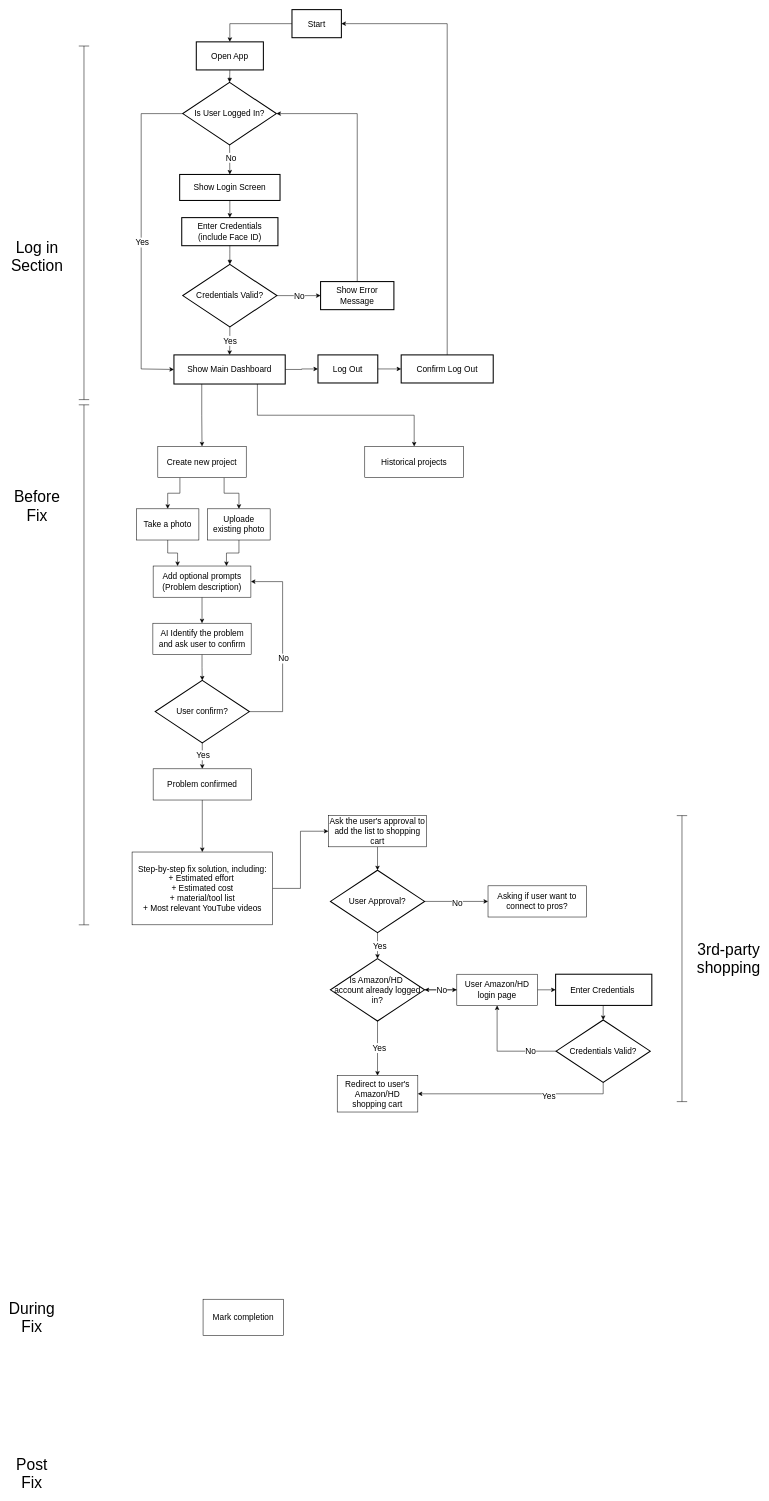
Earlier version of the draw.io diagram App flow diiagram.drawio (chaunceysun82/MyHandyAI). Source tidied: cells renumbered, new cells numbered last; positions are measured from the earlier drawing's top-left corner, leaving out a move shared by most shapes. Both pictures are drawn from the tidied source at 52%, with x=0, y=0 at pixel (16, 9).
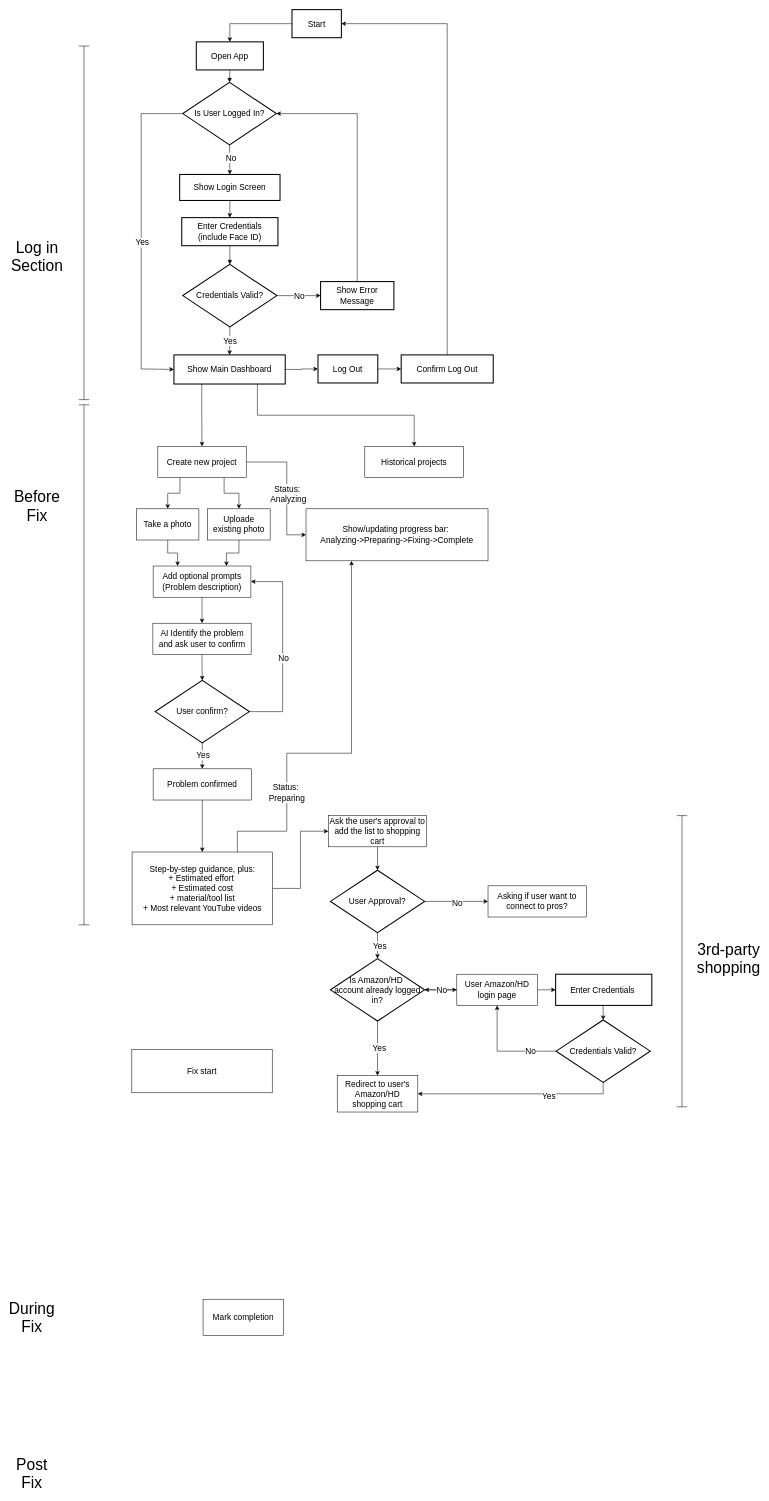
The same page after the edit.

The change refers to these unchanged cells:
```xml
<mxCell id="26" value="Create new project" style="rounded=0;whiteSpace=wrap;html=1;fontSize=16;" parent="1" vertex="1">
  <mxGeometry x="272" y="840" width="170" height="60" as="geometry" />
</mxCell>
```

What changed in the source:
```diff
@@
+    <mxCell id="84" style="edgeStyle=orthogonalEdgeStyle;rounded=0;jettySize=auto;html=1;exitX=1;exitY=0.5;exitDx=0;exitDy=0;entryX=0;entryY=0.5;entryDx=0;entryDy=0;" parent="1" edge="1" source="26" target="89">
+      <mxGeometry relative="1" as="geometry">
+        <Array as="points">
+          <mxPoint x="520" y="870" />
+          <mxPoint x="520" y="1010" />
+        </Array>
+      </mxGeometry>
+    </mxCell>
+    <mxCell id="85" value="Status:&amp;nbsp;&lt;div&gt;Analyzing&lt;/div&gt;" style="edgeLabel;html=1;align=center;verticalAlign=middle;fontSize=16;" parent="84" vertex="1">
+      <mxGeometry x="0.09" y="2" relative="1" as="geometry" />
+    </mxCell>
@@
+    <mxCell id="86" style="edgeStyle=orthogonalEdgeStyle;rounded=0;jettySize=auto;html=1;exitX=0.75;exitY=0;exitDx=0;exitDy=0;entryX=0.25;entryY=1;entryDx=0;entryDy=0;" parent="1" edge="1" source="54" target="89">
+      <mxGeometry relative="1" as="geometry">
+        <Array as="points">
+          <mxPoint x="425" y="1580" />
+          <mxPoint x="520" y="1580" />
+          <mxPoint x="520" y="1430" />
+          <mxPoint x="645" y="1430" />
+        </Array>
+      </mxGeometry>
+    </mxCell>
+    <mxCell id="87" value="Status:&amp;nbsp;&lt;div&gt;Preparing&lt;/div&gt;" style="edgeLabel;html=1;align=center;verticalAlign=middle;fontSize=16;" parent="86" vertex="1">
+      <mxGeometry x="-0.46" y="1" relative="1" as="geometry" />
+    </mxCell>
-    <mxCell id="54" value="Step-by-step fix solution, including:&lt;div&gt;+ Estimated effort&amp;nbsp;&lt;/div&gt;&lt;div&gt;+ Estimated cost&lt;/div&gt;&lt;div&gt;+ material/tool list&lt;/div&gt;&lt;div&gt;+ Most relevant YouTube videos&lt;/div&gt;" style="rounded=0;whiteSpace=wrap;html=1;fontSize=16;" parent="1" vertex="1">
+    <mxCell id="54" value="Step-by-step guidance, plus:&lt;div&gt;+ Estimated effort&amp;nbsp;&lt;/div&gt;&lt;div&gt;+ Estimated cost&lt;/div&gt;&lt;div&gt;+ material/tool list&lt;/div&gt;&lt;div&gt;+ Most relevant YouTube videos&lt;/div&gt;" style="rounded=0;whiteSpace=wrap;html=1;fontSize=16;" parent="1" vertex="1">
       <mxGeometry x="222.5" y="1620" width="270" height="140" as="geometry" />
     </mxCell>
@@
     <mxCell id="78" style="shape=crossbar;whiteSpace=wrap;html=1;rounded=1;direction=south;" parent="1" vertex="1">
-      <mxGeometry x="1270" y="1550" width="20" height="550" as="geometry" />
+      <mxGeometry x="1270" y="1550" width="20" height="560" as="geometry" />
     </mxCell>
@@
+    <mxCell id="88" value="Fix start" style="rounded=0;whiteSpace=wrap;html=1;fontSize=16;" parent="1" vertex="1">
+      <mxGeometry x="222" y="2000" width="270" height="83" as="geometry" />
+    </mxCell>
+    <mxCell id="89" value="Show/updating progress bar:&amp;nbsp;&lt;div&gt;Analyzing-&amp;gt;Preparing-&amp;gt;Fixing-&amp;gt;Complete&lt;/div&gt;" style="rounded=0;whiteSpace=wrap;html=1;fontSize=16;" parent="1" vertex="1">
+      <mxGeometry x="557" y="960" width="350" height="100" as="geometry" />
+    </mxCell>
```
